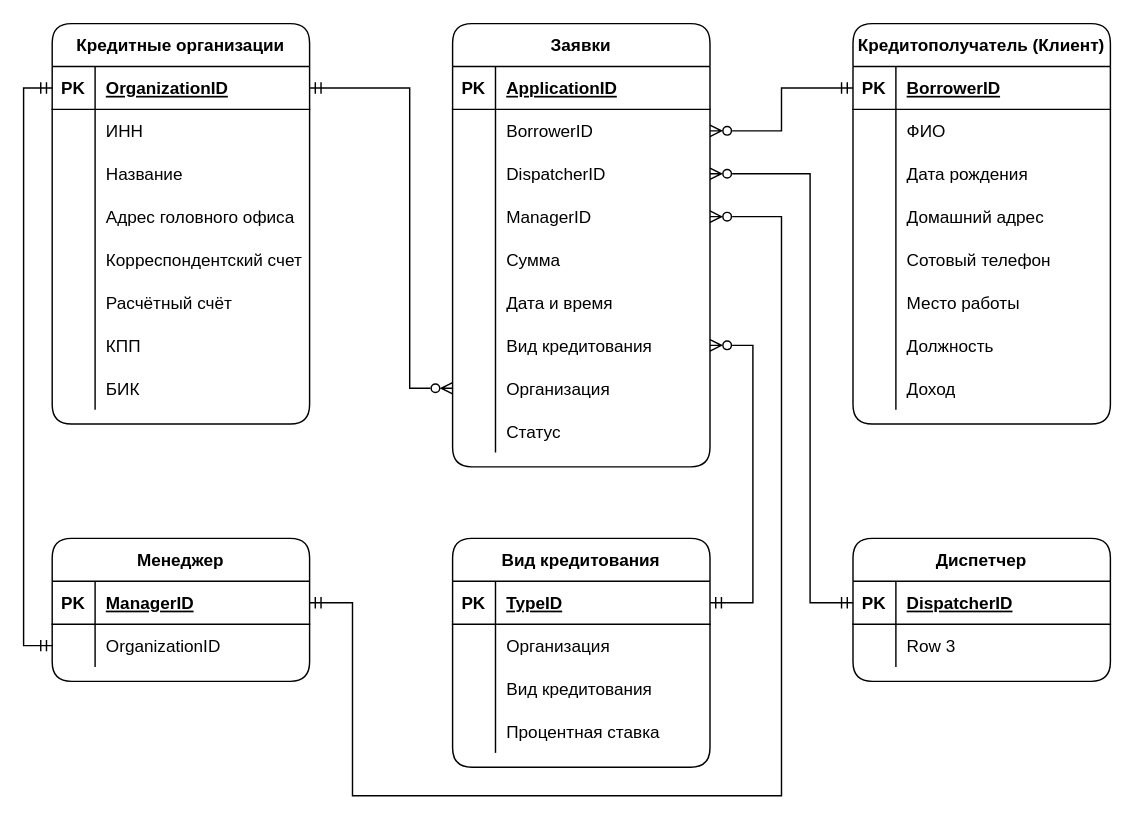
Before: Diagrams/Entity Relationship.drawio in sothug/Loan-applications, a draw.io diagram. Source tidied: cells renumbered, new cells numbered last; positions are measured from the earlier drawing's top-left corner, leaving out a move shared by most shapes. Both pictures are drawn from the tidied source at 143%, with x=0, y=0 at pixel (-6, 23).
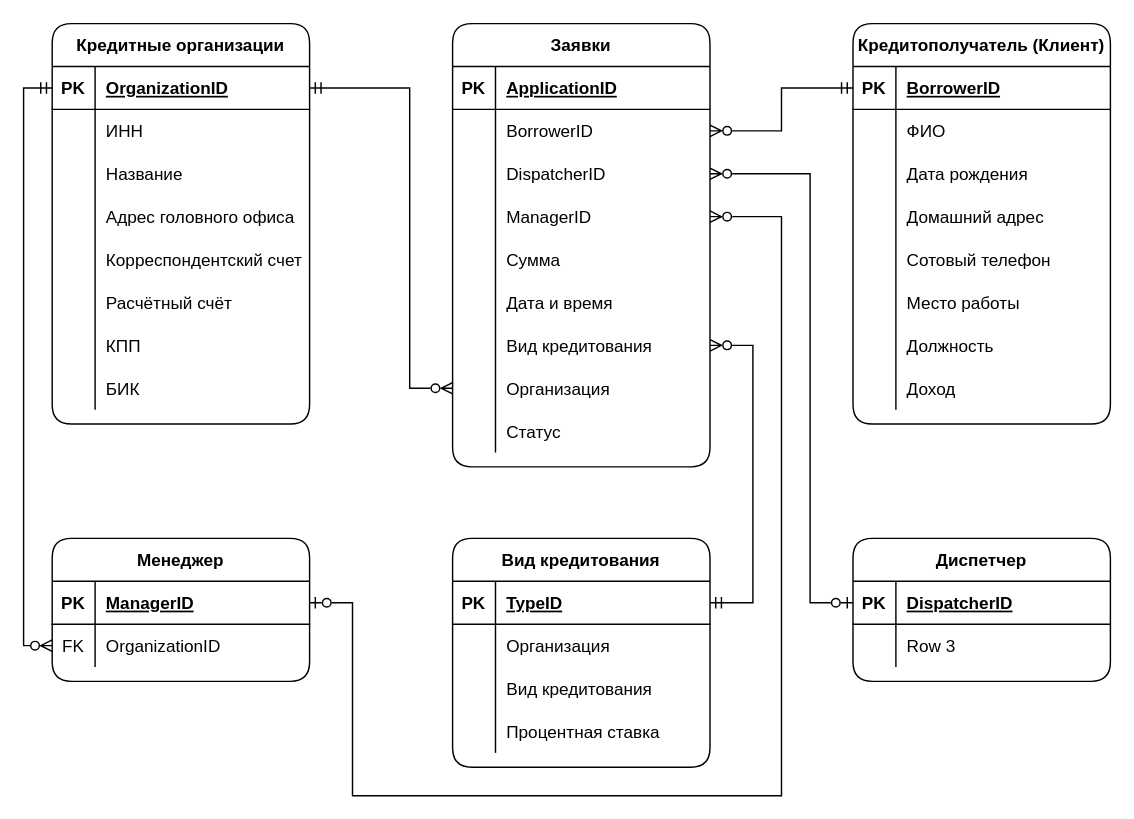
The same page after the edit.

Unchanged cells that the change refers to:
```xml
<mxCell id="3" style="shape=partialRectangle;fillColor=none;top=0;left=0;bottom=1;right=0;points=[[0,0.5],[1,0.5]];portConstraint=eastwest;" parent="2" vertex="1">
  <mxGeometry y="30" width="180" height="30" as="geometry" />
</mxCell>
<mxCell id="72" style="shape=partialRectangle;fillColor=none;top=0;left=0;bottom=0;right=0;points=[[0,0.5],[1,0.5]];portConstraint=eastwest;rounded=1;" parent="65" vertex="1">
  <mxGeometry y="90" width="180" height="30" as="geometry" />
</mxCell>
<mxCell id="75" style="shape=partialRectangle;fillColor=none;top=0;left=0;bottom=0;right=0;points=[[0,0.5],[1,0.5]];portConstraint=eastwest;rounded=1;" parent="65" vertex="1">
  <mxGeometry y="120" width="180" height="30" as="geometry" />
</mxCell>
<mxCell id="97" style="shape=partialRectangle;fillColor=none;top=0;left=0;bottom=1;right=0;points=[[0,0.5],[1,0.5]];portConstraint=eastwest;" parent="96" vertex="1">
  <mxGeometry y="30" width="180" height="30" as="geometry" />
</mxCell>
<mxCell id="104" style="shape=partialRectangle;fillColor=none;top=0;left=0;bottom=1;right=0;points=[[0,0.5],[1,0.5]];portConstraint=eastwest;" parent="103" vertex="1">
  <mxGeometry y="30" width="180" height="30" as="geometry" />
</mxCell>
<mxCell id="107" style="shape=partialRectangle;fillColor=none;top=0;left=0;bottom=0;right=0;points=[[0,0.5],[1,0.5]];portConstraint=eastwest;" parent="103" vertex="1">
  <mxGeometry y="60" width="180" height="30" as="geometry" />
</mxCell>
```

Diff of the diagram source:
```diff
@@
-    <mxCell id="108" style="shape=partialRectangle;fillColor=none;top=0;left=0;bottom=0;right=0;overflow=hidden;" parent="107" vertex="1">
+    <mxCell id="108" value="FK" style="shape=partialRectangle;fillColor=none;top=0;left=0;bottom=0;right=0;overflow=hidden;" parent="107" vertex="1">
       <mxGeometry width="30" height="30" as="geometry" />
     </mxCell>
@@
-    <mxCell id="110" style="edgeStyle=orthogonalEdgeStyle;rounded=0;jettySize=auto;html=1;startArrow=ERmandOne;startFill=0;endArrow=ERzeroToMany;endFill=0;" parent="1" edge="1" source="104" target="75">
+    <mxCell id="110" style="edgeStyle=orthogonalEdgeStyle;rounded=0;jettySize=auto;html=1;startArrow=ERzeroToOne;startFill=0;endArrow=ERzeroToMany;endFill=0;" parent="1" edge="1" source="104" target="75">
       <mxGeometry relative="1" as="geometry">
         <Array as="points">
           <mxPoint x="250" y="405" />
           <mxPoint x="250" y="540" />
           <mxPoint x="550" y="540" />
           <mxPoint x="550" y="135" />
         </Array>
       </mxGeometry>
     </mxCell>
-    <mxCell id="111" style="edgeStyle=orthogonalEdgeStyle;rounded=0;jettySize=auto;html=1;startArrow=ERmandOne;startFill=0;endArrow=ERzeroToMany;endFill=0;" parent="1" edge="1" source="97" target="72">
+    <mxCell id="111" style="edgeStyle=orthogonalEdgeStyle;rounded=0;jettySize=auto;html=1;startArrow=ERzeroToOne;startFill=0;endArrow=ERzeroToMany;endFill=0;" parent="1" edge="1" source="97" target="72">
       <mxGeometry relative="1" as="geometry">
         <Array as="points">
           <mxPoint x="570" y="405" />
           <mxPoint x="570" y="105" />
         </Array>
       </mxGeometry>
     </mxCell>
@@
-    <mxCell id="113" style="edgeStyle=orthogonalEdgeStyle;rounded=0;jettySize=auto;html=1;startArrow=ERmandOne;startFill=0;endArrow=ERmandOne;endFill=0;" parent="1" edge="1" source="3" target="107">
+    <mxCell id="113" style="edgeStyle=orthogonalEdgeStyle;rounded=0;jettySize=auto;html=1;startArrow=ERmandOne;startFill=0;endArrow=ERzeroToMany;endFill=0;" parent="1" edge="1" source="3" target="107">
       <mxGeometry relative="1" as="geometry">
         <Array as="points">
           <mxPoint x="20" y="45" />
           <mxPoint x="20" y="435" />
         </Array>
       </mxGeometry>
     </mxCell>
```
